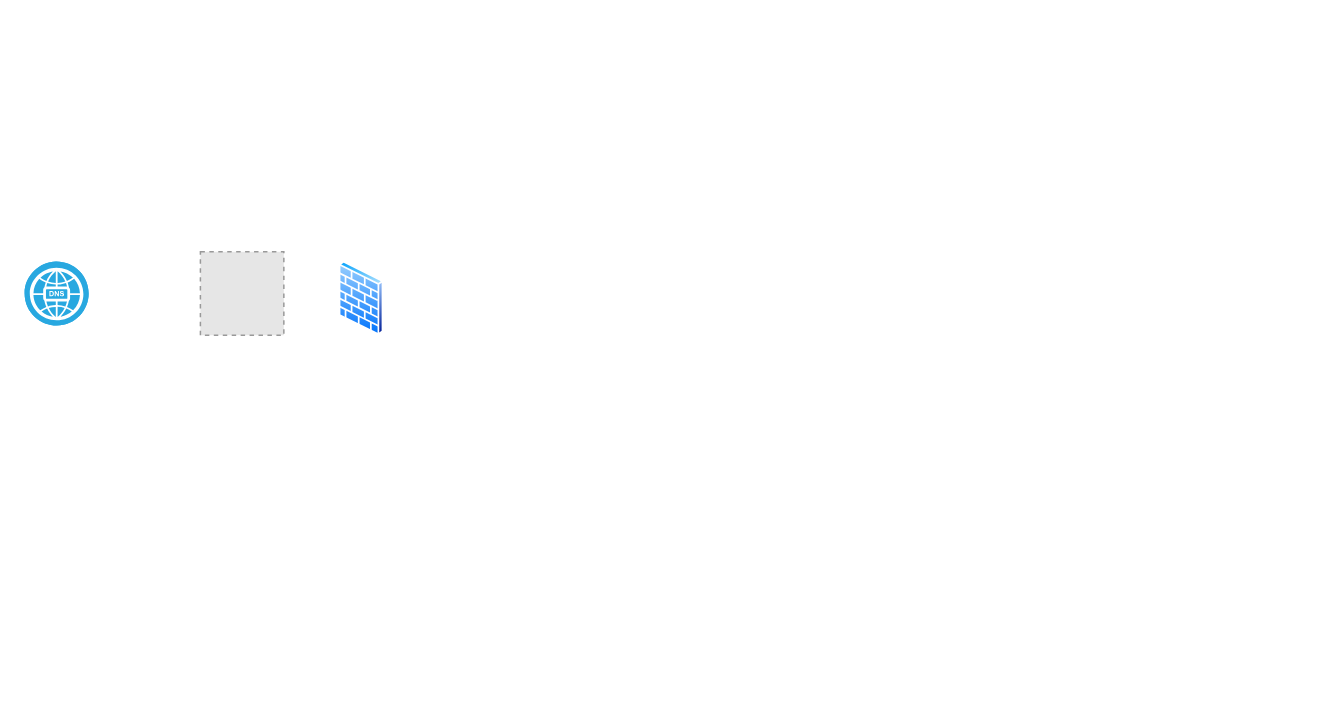
Above: Untitled Diagram.drawio in rawan-omer/alx-system_engineering-devops (draw.io), before the change. Source tidied: cells renumbered, new cells numbered last; positions are measured from the earlier drawing's top-left corner, leaving out a move shared by most shapes. Both pictures are drawn from the tidied source at 149%, with x=0, y=0 at pixel (24, 252). Pictures stored in the file or linked from it are replaced by grey dashed boxes.
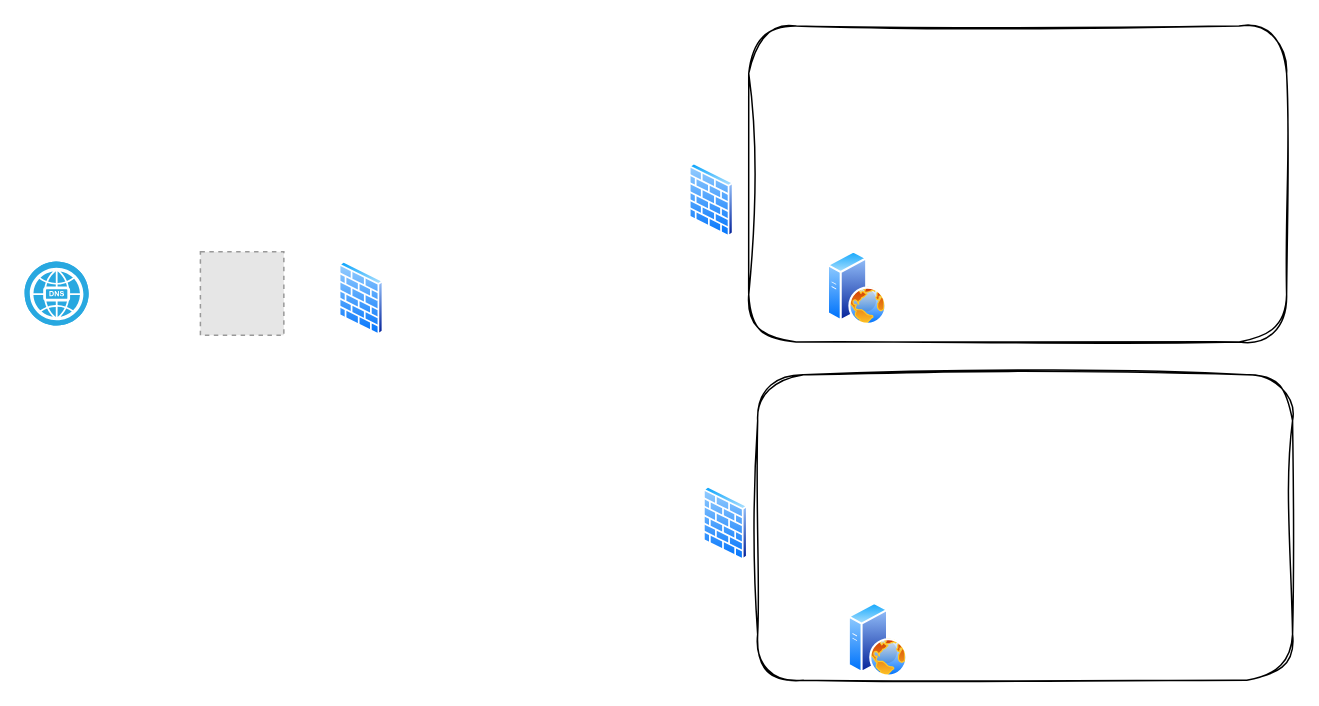
Above is the later version.

Diff of the diagram source:
```diff
@@
 <mxGraphModel>
   <root>
     <mxCell id="0" />
     <mxCell id="1" parent="0" />
     <mxCell id="2" style="fillColor=#28A8E0;verticalLabelPosition=bottom;sketch=0;html=1;strokeColor=#ffffff;verticalAlign=top;align=center;shape=mxgraph.cisco_safe.compositeIcon;bgIcon=ellipse;resIcon=mxgraph.cisco_safe.capability.dns;hachureGap=4;jiggle=2;curveFitting=1;" parent="1" vertex="1">
       <mxGeometry y="6" width="43" height="43" as="geometry" />
     </mxCell>
     <mxCell id="3" style="fillColor=#E6E6E6;strokeColor=#999999;dashed=1;html=1;verticalAlign=top;verticalLabelPosition=bottom;labelBackgroundColor=#ffffff;" parent="1" vertex="1">
       <mxGeometry x="118" y="-0.5" width="56" height="56" as="geometry" />
     </mxCell>
     <mxCell id="4" style="image;perimeter=ellipsePerimeter;html=1;align=center;shadow=0;dashed=0;spacingTop=3;image=img/lib/active_directory/firewall.svg;sketch=1;hachureGap=4;jiggle=2;curveFitting=1;" parent="1" vertex="1">
       <mxGeometry x="211" y="6" width="30.5" height="50" as="geometry" />
     </mxCell>
+    <mxCell id="5" style="image;perimeter=ellipsePerimeter;html=1;align=center;shadow=0;dashed=0;spacingTop=3;image=img/lib/active_directory/firewall.svg;sketch=1;hachureGap=4;jiggle=2;curveFitting=1;" parent="1" vertex="1">
+      <mxGeometry x="446" y="-60" width="30.5" height="50" as="geometry" />
+    </mxCell>
+    <mxCell id="6" style="image;perimeter=ellipsePerimeter;html=1;align=center;shadow=0;dashed=0;spacingTop=3;image=img/lib/active_directory/firewall.svg;sketch=1;hachureGap=4;jiggle=2;curveFitting=1;" parent="1" vertex="1">
+      <mxGeometry x="455.5" y="157" width="30.5" height="50" as="geometry" />
+    </mxCell>
+    <mxCell id="7" style="rounded=1;whiteSpace=wrap;html=1;sketch=1;hachureGap=4;jiggle=2;curveFitting=1;" parent="1" vertex="1">
+      <mxGeometry x="492" y="82" width="359" height="205" as="geometry" />
+    </mxCell>
+    <mxCell id="8" style="rounded=1;whiteSpace=wrap;html=1;sketch=1;hachureGap=4;jiggle=2;curveFitting=1;" parent="1" vertex="1">
+      <mxGeometry x="486" y="-152" width="361" height="212" as="geometry" />
+    </mxCell>
+    <mxCell id="9" style="image;perimeter=ellipsePerimeter;html=1;align=center;shadow=0;dashed=0;spacingTop=3;image=img/lib/active_directory/web_server.svg;sketch=1;hachureGap=4;jiggle=2;curveFitting=1;" parent="1" vertex="1">
+      <mxGeometry x="553" y="235" width="40" height="50" as="geometry" />
+    </mxCell>
+    <mxCell id="10" style="image;perimeter=ellipsePerimeter;html=1;align=center;shadow=0;dashed=0;spacingTop=3;image=img/lib/active_directory/web_server.svg;sketch=1;hachureGap=4;jiggle=2;curveFitting=1;" parent="1" vertex="1">
+      <mxGeometry x="539" y="-1" width="40" height="50" as="geometry" />
+    </mxCell>
   </root>
 </mxGraphModel>
```
